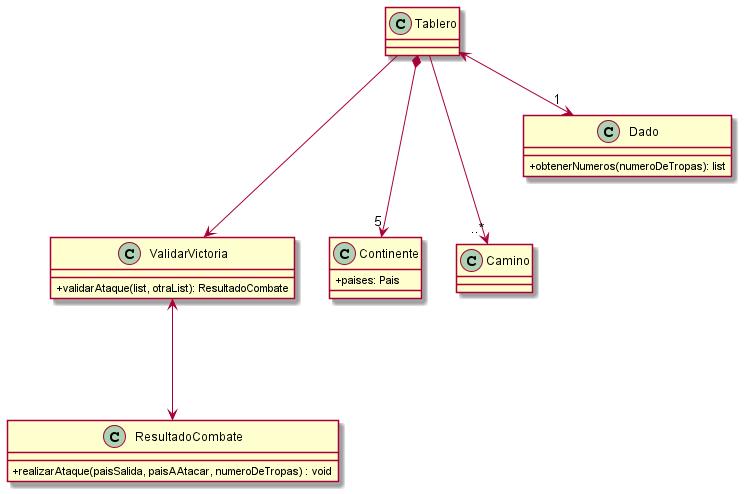
Earlier version of the PlantUML export out/diagramas/diagramaClaseTablero/diagramaClaseTablero.png (tomasshiao/TP2_Algo3). Its diagram source:
```plantuml
@startuml
skinparam classAttributeIconSize 0


class Tablero{

}

class ValidarVictoria{
    + validarAtaque(list, otraList): ResultadoCombate
}

class Continente{
    +paises: Pais
}

class Camino{}
class Dado{
    +obtenerNumeros(numeroDeTropas): list
}

class ResultadoCombate{
    +realizarAtaque(paisSalida, paisAAtacar, numeroDeTropas) : void
}

Tablero ---> "..*"Camino
Tablero *---> "5" Continente
Tablero ---> ValidarVictoria
Tablero <--> "1" Dado
ValidarVictoria <--->ResultadoCombate

@enduml
```
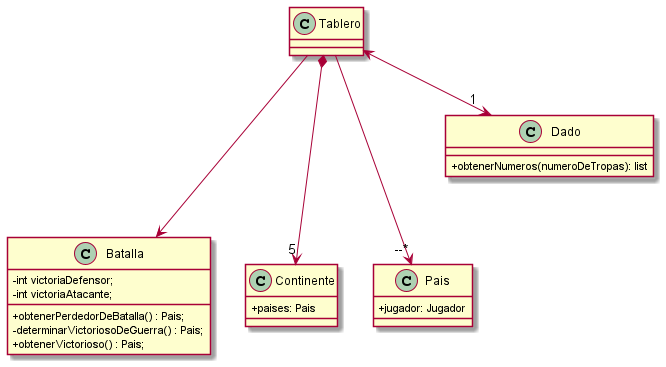
The same file after the commit.

Commit message:
modificamos diagramas

The edit, as a diff of the source:
```diff
@@ -6,27 +6,32 @@
 
 }
 
-class ValidarVictoria{
-    + validarAtaque(list, otraList): ResultadoCombate
+class Batalla{
+    - int victoriaDefensor;
+    - int victoriaAtacante;
+    + obtenerPerdedorDeBatalla() : Pais;
+    - determinarVictoriosoDeGuerra() : Pais;
+    + obtenerVictorioso() : Pais;
 }
 
 class Continente{
     +paises: Pais
 }
 
-class Camino{}
+class Pais{
+    +jugador: Jugador
+}
+
 class Dado{
     +obtenerNumeros(numeroDeTropas): list
 }
 
-class ResultadoCombate{
-    +realizarAtaque(paisSalida, paisAAtacar, numeroDeTropas) : void
-}
 
-Tablero ---> "..*"Camino
 Tablero *---> "5" Continente
-Tablero ---> ValidarVictoria
+Tablero ---> Batalla
 Tablero <--> "1" Dado
-ValidarVictoria <--->ResultadoCombate
+Tablero ---> "--*" Pais
+
+
 
 @enduml
```
